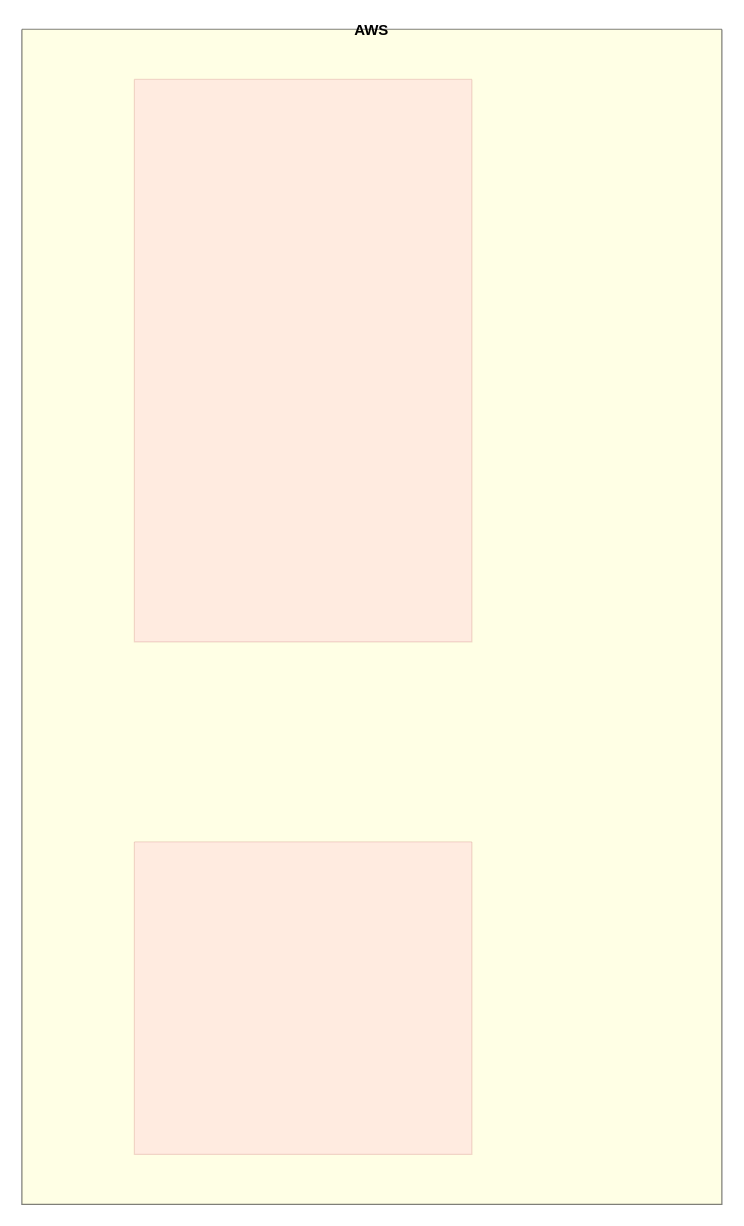
Before: AWS general arch.drawio in JDewanjee/JDewanjee.github.io, a draw.io diagram. Source tidied: cells renumbered, new cells numbered last; positions are measured from the earlier drawing's top-left corner, leaving out a move shared by most shapes. Both pictures are drawn from the tidied source at 125%, with x=0, y=0 at pixel (21, 29).
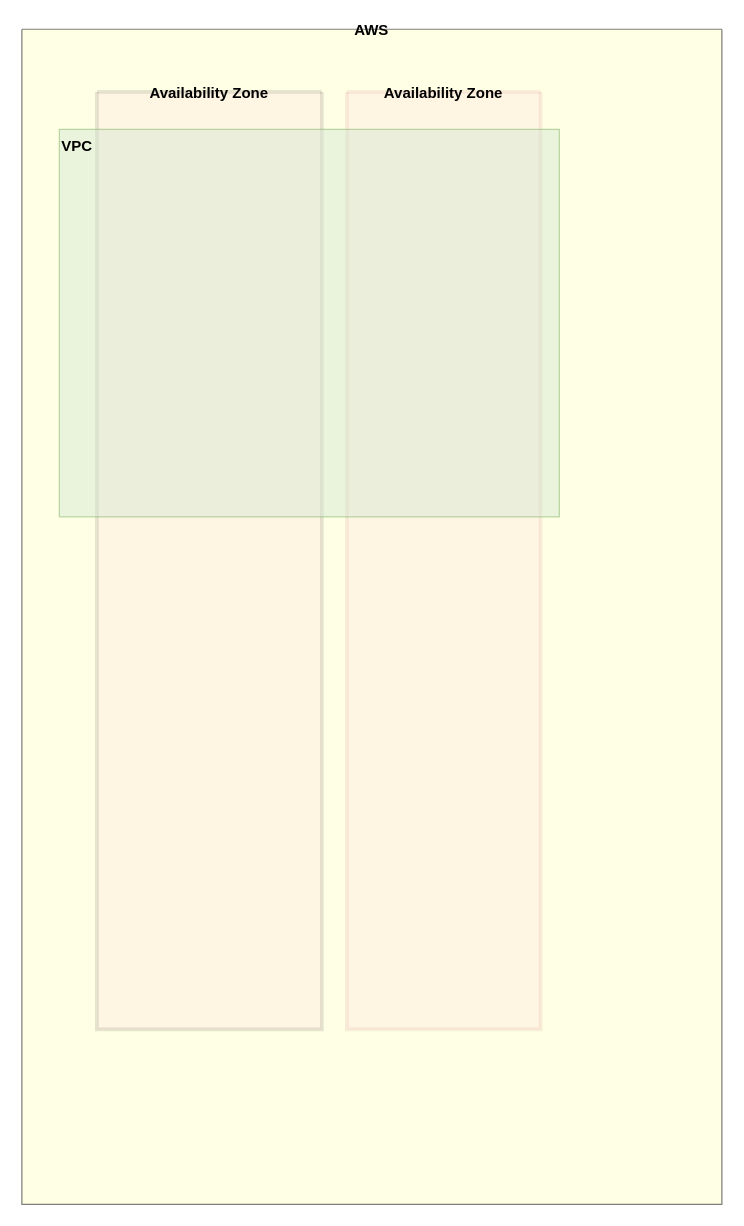
After the change.

The edit, as a diff of the source:
```diff
@@
 <mxGraphModel>
   <root>
     <mxCell id="0" />
     <mxCell id="1" parent="0" />
     <mxCell id="2" value="AWS" style="swimlane;startSize=0;fillColor=#fff2cc;strokeColor=default;swimlaneFillColor=#FFFFCC;opacity=50;" parent="1" vertex="1">
       <mxGeometry width="560" height="940" as="geometry" />
     </mxCell>
-    <mxCell id="3" style="swimlane;startSize=0;opacity=20;fillColor=#000000;strokeColor=#b85450;swimlaneFillColor=#FF99CC;" parent="2" vertex="1">
-      <mxGeometry x="90" y="40" width="270" height="450" as="geometry" />
+    <mxCell id="3" value="Availability Zone" style="swimlane;startSize=0;opacity=10;fillColor=#000000;strokeColor=#080303;swimlaneFillColor=#FF99CC;strokeWidth=3;" parent="2" vertex="1">
+      <mxGeometry x="60" y="50" width="180" height="750" as="geometry" />
     </mxCell>
-    <mxCell id="4" style="swimlane;startSize=0;opacity=20;fillColor=#000000;strokeColor=#b85450;swimlaneFillColor=#FF99CC;" parent="2" vertex="1">
-      <mxGeometry x="90" y="650" width="270" height="250" as="geometry" />
+    <mxCell id="4" value="Availability Zone" style="swimlane;startSize=0;opacity=10;fillColor=#000000;strokeColor=#b85450;swimlaneFillColor=#FF99CC;strokeWidth=3;" parent="2" vertex="1">
+      <mxGeometry x="260" y="50" width="155" height="750" as="geometry" />
     </mxCell>
+    <mxCell id="5" value="VPC" style="rounded=0;whiteSpace=wrap;html=1;opacity=50;fillColor=#d5e8d4;strokeColor=#82b366;fontStyle=1;verticalAlign=top;align=left;" parent="2" vertex="1">
+      <mxGeometry x="30" y="80" width="400" height="310" as="geometry" />
+    </mxCell>
   </root>
 </mxGraphModel>
```
